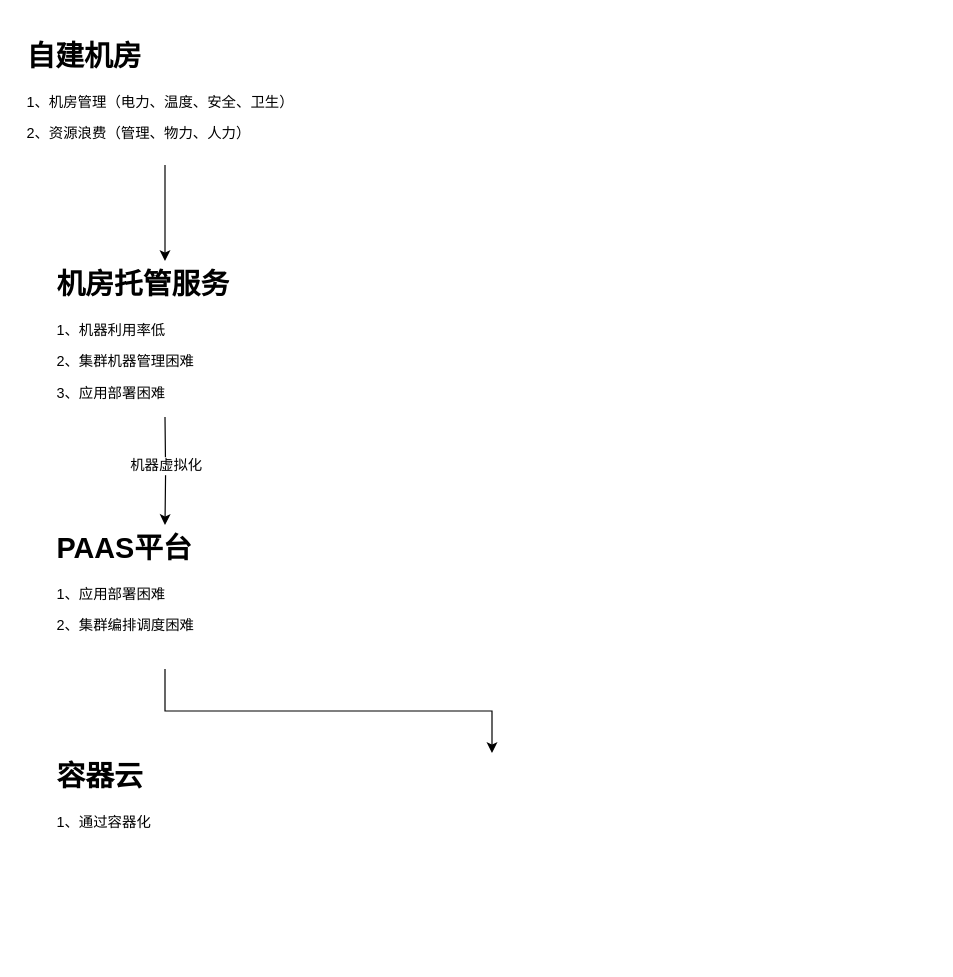
This is page "研发-运维-历史" (2 of 3) of thedao.drawio from NonePro/UML, a draw.io file, before an edit. Source tidied: cells renumbered, new cells numbered last; positions are measured from the earlier drawing's top-left corner, leaving out a move shared by most shapes. Both pictures are drawn from the tidied source at 120%, with x=0, y=0 at pixel (20, 32).
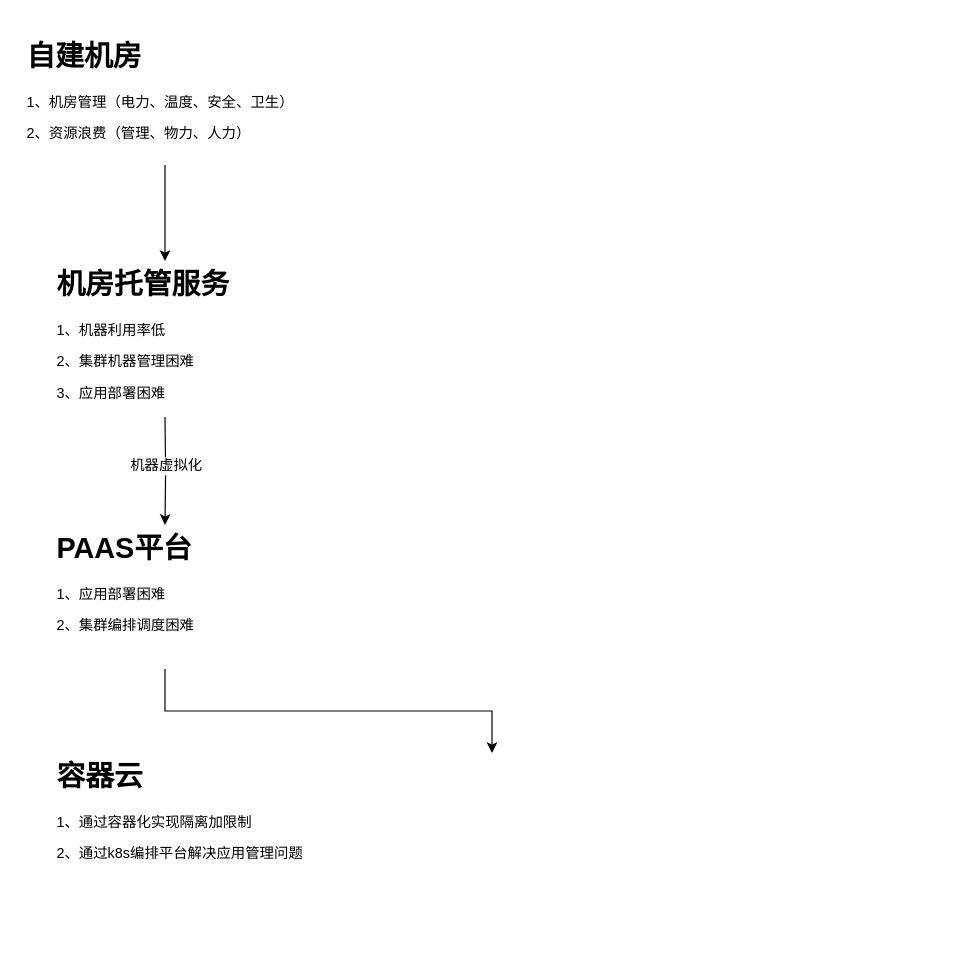
The same diagram, later.

The edit, as a diff of the source:
```diff
@@
 <mxGraphModel>
   <root>
     <mxCell id="0" />
     <mxCell id="1" parent="0" />
     <mxCell id="2" style="edgeStyle=orthogonalEdgeStyle;rounded=0;jettySize=auto;html=1;entryX=0.5;entryY=0;entryDx=0;entryDy=0;exitX=0.5;exitY=1;exitDx=0;exitDy=0;" parent="1" edge="1" source="3" target="6">
       <mxGeometry relative="1" as="geometry" />
     </mxCell>
     <mxCell id="3" value="&lt;h1&gt;自建机房&lt;/h1&gt;&lt;p&gt;1、机房管理（电力、温度、安全、卫生）&lt;/p&gt;&lt;p&gt;2、资源浪费（管理、物力、人力）&lt;/p&gt;" style="text;html=1;strokeColor=none;fillColor=none;spacing=5;spacingTop=-20;whiteSpace=wrap;overflow=hidden;rounded=0;" parent="1" vertex="1">
       <mxGeometry width="240" height="110" as="geometry" />
     </mxCell>
     <mxCell id="4" style="edgeStyle=orthogonalEdgeStyle;rounded=0;jettySize=auto;html=1;entryX=0.5;entryY=0;entryDx=0;entryDy=0;exitX=0.5;exitY=1;exitDx=0;exitDy=0;" parent="1" edge="1" target="8">
       <mxGeometry relative="1" as="geometry">
         <mxPoint x="120" y="320" as="sourcePoint" />
       </mxGeometry>
     </mxCell>
     <mxCell id="5" value="机器虚拟化" style="text;html=1;align=center;verticalAlign=middle;labelBackgroundColor=#ffffff;" parent="4" vertex="1">
       <mxGeometry x="0.36" y="35" relative="1" as="geometry">
         <mxPoint x="-35" y="-21" as="offset" />
       </mxGeometry>
     </mxCell>
     <mxCell id="6" value="&lt;h1&gt;机房托管服务&lt;/h1&gt;&lt;p&gt;1、机器利用率低&lt;/p&gt;&lt;p&gt;2、集群机器管理困难&lt;/p&gt;&lt;p&gt;3、应用部署困难&lt;/p&gt;" style="text;html=1;strokeColor=none;fillColor=none;spacing=5;spacingTop=-20;whiteSpace=wrap;overflow=hidden;rounded=0;" parent="1" vertex="1">
       <mxGeometry x="25" y="190" width="190" height="130" as="geometry" />
     </mxCell>
     <mxCell id="7" style="edgeStyle=orthogonalEdgeStyle;rounded=0;jettySize=auto;html=1;entryX=0.5;entryY=0;entryDx=0;entryDy=0;" parent="1" edge="1" source="8" target="9">
       <mxGeometry relative="1" as="geometry" />
     </mxCell>
     <mxCell id="8" value="&lt;h1&gt;PAAS平台&lt;/h1&gt;&lt;p&gt;1、应用部署困难&lt;/p&gt;&lt;p&gt;2、集群编排调度困难&lt;/p&gt;" style="text;html=1;strokeColor=none;fillColor=none;spacing=5;spacingTop=-20;whiteSpace=wrap;overflow=hidden;rounded=0;" parent="1" vertex="1">
       <mxGeometry x="25" y="410" width="190" height="120" as="geometry" />
     </mxCell>
-    <mxCell id="9" value="&lt;h1&gt;容器云&lt;/h1&gt;&lt;p&gt;1、通过容器化&lt;/p&gt;" style="text;html=1;strokeColor=none;fillColor=none;spacing=5;spacingTop=-20;whiteSpace=wrap;overflow=hidden;rounded=0;" parent="1" vertex="1">
-      <mxGeometry x="25" y="600" width="735" height="170" as="geometry" />
+    <mxCell id="9" value="&lt;h1&gt;容器云&lt;/h1&gt;&lt;p&gt;1、通过容器化实现隔离加限制&lt;/p&gt;&lt;p&gt;2、通过k8s编排平台解决应用管理问题&lt;/p&gt;" style="text;html=1;strokeColor=none;fillColor=none;spacing=5;spacingTop=-20;whiteSpace=wrap;overflow=hidden;rounded=0;" parent="1" vertex="1">
+      <mxGeometry x="25" y="600" width="735" height="110" as="geometry" />
     </mxCell>
   </root>
 </mxGraphModel>
```
